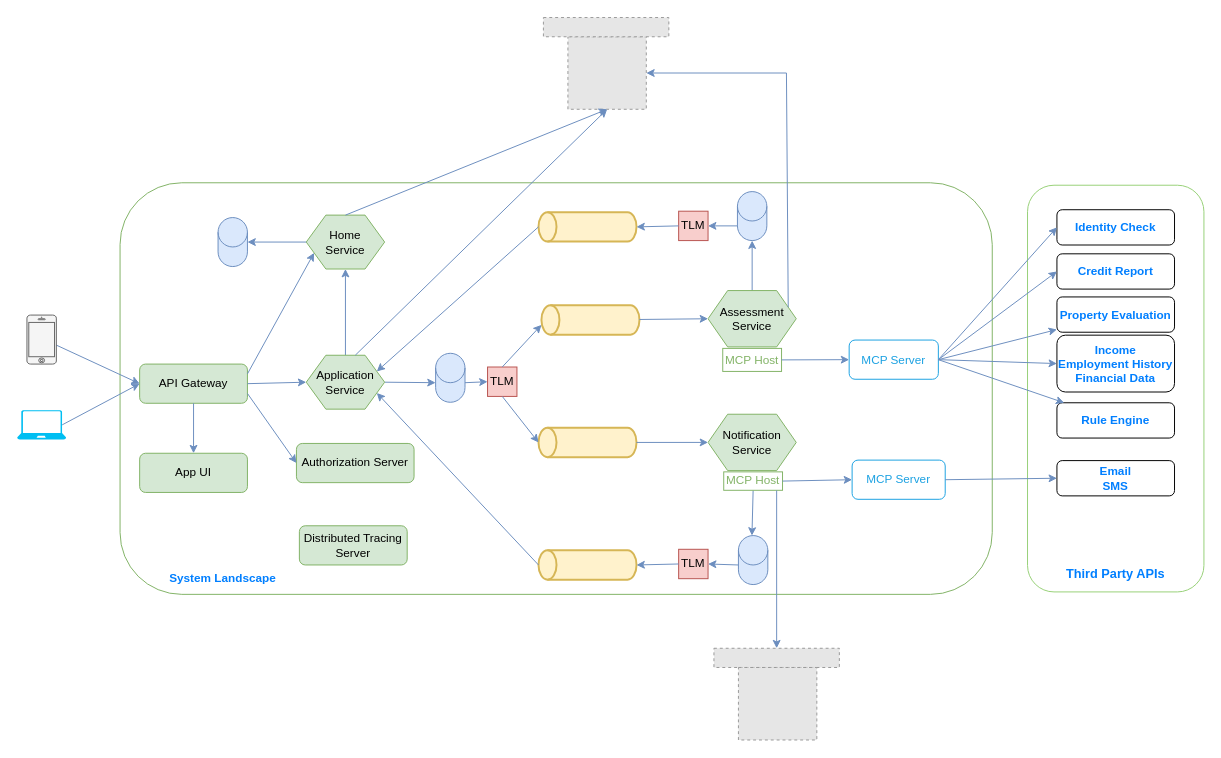
The draw.io diagram 02-architecture/02-logical-components-docker.drawio in huynm20051990/loan-origination-system, before the edit. Source tidied: cells renumbered, new cells numbered last; positions are measured from the earlier drawing's top-left corner, leaving out a move shared by most shapes. Both pictures are drawn from the tidied source at 98%, with x=0, y=0 at pixel (17, 17). Pictures stored in the file or linked from it are replaced by grey dashed boxes.
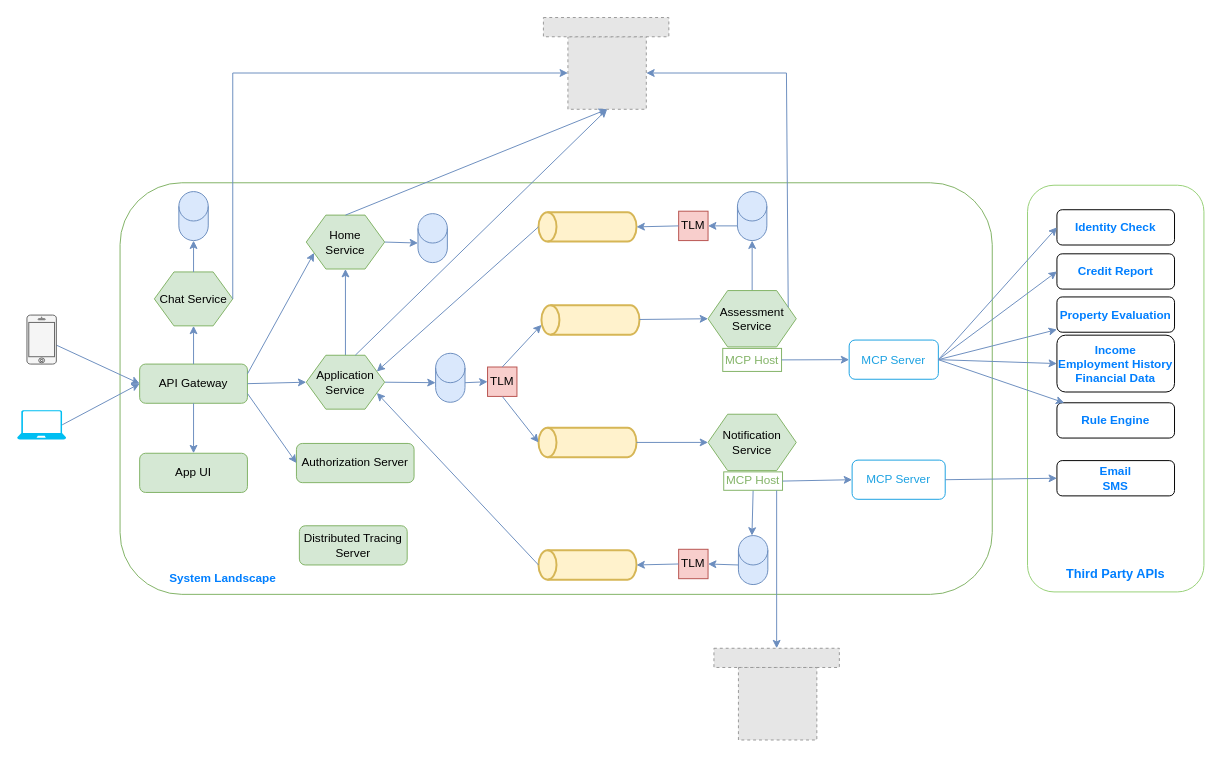
The same diagram, later.

Commit message (it also covers changes not shown here):
Add chat-service to high level design diagram

Unchanged cells that the change refers to:
```xml
<mxCell id="5" value="API Gateway" style="rounded=1;whiteSpace=wrap;html=1;fillColor=#d5e8d4;strokeColor=#82b366;" parent="1" vertex="1">
  <mxGeometry x="125" y="354" width="110" height="40" as="geometry" />
</mxCell>
<mxCell id="39" value="Home&lt;br&gt;Service" style="shape=hexagon;perimeter=hexagonPerimeter2;whiteSpace=wrap;html=1;fixedSize=1;fillColor=#d5e8d4;strokeColor=#82b366;" parent="1" vertex="1">
  <mxGeometry x="295" y="202" width="80" height="55" as="geometry" />
</mxCell>
<mxCell id="45" style="fillColor=#E6E6E6;strokeColor=#999999;dashed=1;verticalLabelPosition=bottom;labelBackgroundColor=default;verticalAlign=top;" parent="1" vertex="1">
  <mxGeometry x="562" y="20" width="80" height="74" as="geometry" />
</mxCell>
```

What changed in the source:
```diff
@@
     <mxCell id="17" style="shape=cylinder3;whiteSpace=wrap;html=1;boundedLbl=1;backgroundOutline=1;size=15;fillColor=#dae8fc;strokeColor=#6c8ebf;" parent="1" vertex="1">
-      <mxGeometry x="205" y="204.5" width="30" height="50" as="geometry" />
+      <mxGeometry x="409" y="200.5" width="30" height="50" as="geometry" />
     </mxCell>
@@
-    <mxCell id="69" style="endArrow=classic;html=1;rounded=0;entryX=1;entryY=0.5;entryDx=0;entryDy=0;exitX=0;exitY=0.5;exitDx=0;exitDy=0;fillColor=#dae8fc;strokeColor=#6c8ebf;entryPerimeter=0;" parent="1" edge="1" source="39" target="17">
-      <mxGeometry relative="1" as="geometry" />
-    </mxCell>
@@
+    <mxCell id="69" style="endArrow=classic;html=1;rounded=0;entryX=0;entryY=0;entryDx=0;entryDy=30;fillColor=#dae8fc;strokeColor=#6c8ebf;exitX=1;exitY=0.5;exitDx=0;exitDy=0;entryPerimeter=0;" parent="1" edge="1" source="39" target="17">
+      <mxGeometry relative="1" as="geometry" />
+    </mxCell>
+    <mxCell id="76" value="Chat Service" style="shape=hexagon;perimeter=hexagonPerimeter2;whiteSpace=wrap;html=1;fixedSize=1;fillColor=#d5e8d4;strokeColor=#82b366;" parent="1" vertex="1">
+      <mxGeometry x="140" y="260" width="80" height="55" as="geometry" />
+    </mxCell>
+    <mxCell id="77" style="shape=cylinder3;whiteSpace=wrap;html=1;boundedLbl=1;backgroundOutline=1;size=15;fillColor=#dae8fc;strokeColor=#6c8ebf;" parent="1" vertex="1">
+      <mxGeometry x="165" y="178" width="30" height="50" as="geometry" />
+    </mxCell>
+    <mxCell id="78" style="endArrow=classic;html=1;rounded=0;entryX=0.5;entryY=1;entryDx=0;entryDy=0;fillColor=#dae8fc;strokeColor=#6c8ebf;exitX=0.5;exitY=0;exitDx=0;exitDy=0;" parent="1" edge="1" source="5" target="76">
+      <mxGeometry relative="1" as="geometry" />
+    </mxCell>
+    <mxCell id="79" style="endArrow=classic;html=1;rounded=0;entryX=0.5;entryY=1;entryDx=0;entryDy=0;fillColor=#dae8fc;strokeColor=#6c8ebf;exitX=0.5;exitY=0;exitDx=0;exitDy=0;entryPerimeter=0;" parent="1" edge="1" source="76" target="77">
+      <mxGeometry relative="1" as="geometry" />
+    </mxCell>
+    <mxCell id="80" style="endArrow=classic;html=1;rounded=0;entryX=0;entryY=0.5;entryDx=0;entryDy=0;exitX=1;exitY=0.5;exitDx=0;exitDy=0;fillColor=#dae8fc;strokeColor=#6c8ebf;" parent="1" edge="1" source="76" target="45">
+      <mxGeometry relative="1" as="geometry">
+        <Array as="points">
+          <mxPoint x="220" y="57" />
+        </Array>
+      </mxGeometry>
+    </mxCell>
```
